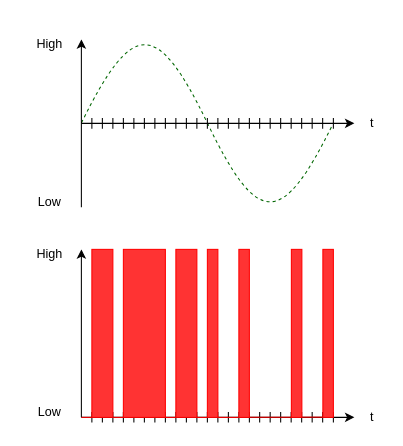
Above: Dokumentation/images/BAT_PDM.drawio in Froster2406/BAT2024 (draw.io), before the change. Source tidied: cells renumbered, new cells numbered last; positions are measured from the earlier drawing's top-left corner, leaving out a move shared by most shapes. Both pictures are drawn from the tidied source at 105%, with x=0, y=0 at pixel (18, 18).
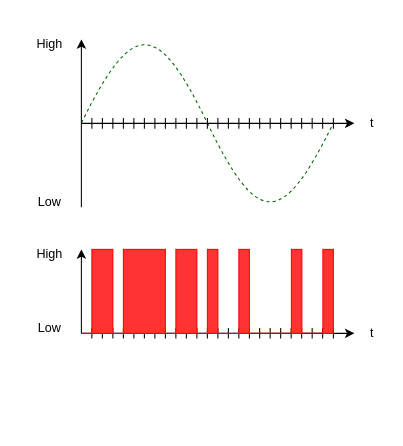
The same page after the edit.

The edit, as a diff of the source:
```diff
@@
     <mxCell id="32" style="endArrow=classic;html=1;rounded=0;" parent="1" edge="1">
       <mxGeometry relative="1" as="geometry">
-        <mxPoint x="60" y="380" as="sourcePoint" />
+        <mxPoint x="60" y="300" as="sourcePoint" />
         <mxPoint x="60" y="220" as="targetPoint" />
       </mxGeometry>
     </mxCell>
     <mxCell id="33" value="Low" style="text;html=1;strokeColor=none;fillColor=none;align=center;verticalAlign=middle;whiteSpace=wrap;rounded=0;" parent="1" vertex="1">
-      <mxGeometry y="360" width="60" height="30" as="geometry" />
+      <mxGeometry y="280" width="60" height="30" as="geometry" />
     </mxCell>
@@
     <mxCell id="35" style="endArrow=classic;html=1;rounded=0;fontSize=23;fontColor=#006600;" parent="1" edge="1">
       <mxGeometry relative="1" as="geometry">
-        <mxPoint x="60" y="380" as="sourcePoint" />
-        <mxPoint x="320" y="380" as="targetPoint" />
+        <mxPoint x="60" y="300" as="sourcePoint" />
+        <mxPoint x="320" y="300" as="targetPoint" />
       </mxGeometry>
     </mxCell>
     <mxCell id="36" style="endArrow=none;html=1;rounded=0;fontSize=23;fontColor=#006600;" parent="1" edge="1">
       <mxGeometry relative="1" as="geometry">
-        <mxPoint x="90" y="375" as="sourcePoint" />
-        <mxPoint x="90" y="385" as="targetPoint" />
+        <mxPoint x="90" y="295" as="sourcePoint" />
+        <mxPoint x="90" y="305" as="targetPoint" />
       </mxGeometry>
     </mxCell>
     <mxCell id="37" style="endArrow=none;html=1;rounded=0;fontSize=23;fontColor=#006600;" parent="1" edge="1">
       <mxGeometry relative="1" as="geometry">
-        <mxPoint x="80" y="375" as="sourcePoint" />
-        <mxPoint x="80" y="385" as="targetPoint" />
+        <mxPoint x="80" y="295" as="sourcePoint" />
+        <mxPoint x="80" y="305" as="targetPoint" />
       </mxGeometry>
     </mxCell>
     <mxCell id="38" style="endArrow=none;html=1;rounded=0;fontSize=23;fontColor=#006600;" parent="1" edge="1">
       <mxGeometry relative="1" as="geometry">
-        <mxPoint x="70" y="375" as="sourcePoint" />
-        <mxPoint x="70" y="385" as="targetPoint" />
+        <mxPoint x="70" y="295" as="sourcePoint" />
+        <mxPoint x="70" y="305" as="targetPoint" />
       </mxGeometry>
     </mxCell>
     <mxCell id="39" style="endArrow=none;html=1;rounded=0;fontSize=23;fontColor=#006600;" parent="1" edge="1">
       <mxGeometry relative="1" as="geometry">
-        <mxPoint x="100" y="375" as="sourcePoint" />
-        <mxPoint x="100" y="385" as="targetPoint" />
+        <mxPoint x="100" y="295" as="sourcePoint" />
+        <mxPoint x="100" y="305" as="targetPoint" />
       </mxGeometry>
     </mxCell>
     <mxCell id="40" style="endArrow=none;html=1;rounded=0;fontSize=23;fontColor=#006600;" parent="1" edge="1">
       <mxGeometry relative="1" as="geometry">
-        <mxPoint x="110" y="375" as="sourcePoint" />
-        <mxPoint x="110" y="385" as="targetPoint" />
+        <mxPoint x="110" y="295" as="sourcePoint" />
+        <mxPoint x="110" y="305" as="targetPoint" />
       </mxGeometry>
     </mxCell>
     <mxCell id="41" style="endArrow=none;html=1;rounded=0;fontSize=23;fontColor=#006600;" parent="1" edge="1">
       <mxGeometry relative="1" as="geometry">
-        <mxPoint x="120" y="375" as="sourcePoint" />
-        <mxPoint x="120" y="385" as="targetPoint" />
+        <mxPoint x="120" y="295" as="sourcePoint" />
+        <mxPoint x="120" y="305" as="targetPoint" />
       </mxGeometry>
     </mxCell>
     <mxCell id="42" style="endArrow=none;html=1;rounded=0;fontSize=23;fontColor=#006600;" parent="1" edge="1">
       <mxGeometry relative="1" as="geometry">
-        <mxPoint x="130" y="375" as="sourcePoint" />
-        <mxPoint x="130" y="385" as="targetPoint" />
+        <mxPoint x="130" y="295" as="sourcePoint" />
+        <mxPoint x="130" y="305" as="targetPoint" />
       </mxGeometry>
     </mxCell>
     <mxCell id="43" style="endArrow=none;html=1;rounded=0;fontSize=23;fontColor=#006600;" parent="1" edge="1">
       <mxGeometry relative="1" as="geometry">
-        <mxPoint x="140" y="375" as="sourcePoint" />
-        <mxPoint x="140" y="385" as="targetPoint" />
+        <mxPoint x="140" y="295" as="sourcePoint" />
+        <mxPoint x="140" y="305" as="targetPoint" />
       </mxGeometry>
     </mxCell>
     <mxCell id="44" style="endArrow=none;html=1;rounded=0;fontSize=23;fontColor=#006600;" parent="1" edge="1">
       <mxGeometry relative="1" as="geometry">
-        <mxPoint x="170" y="375" as="sourcePoint" />
-        <mxPoint x="170" y="385" as="targetPoint" />
+        <mxPoint x="170" y="295" as="sourcePoint" />
+        <mxPoint x="170" y="305" as="targetPoint" />
       </mxGeometry>
     </mxCell>
     <mxCell id="45" style="endArrow=none;html=1;rounded=0;fontSize=23;fontColor=#006600;" parent="1" edge="1">
       <mxGeometry relative="1" as="geometry">
-        <mxPoint x="160" y="375" as="sourcePoint" />
-        <mxPoint x="160" y="385" as="targetPoint" />
+        <mxPoint x="160" y="295" as="sourcePoint" />
+        <mxPoint x="160" y="305" as="targetPoint" />
       </mxGeometry>
     </mxCell>
     <mxCell id="46" style="endArrow=none;html=1;rounded=0;fontSize=23;fontColor=#006600;" parent="1" edge="1">
       <mxGeometry relative="1" as="geometry">
-        <mxPoint x="150" y="375" as="sourcePoint" />
-        <mxPoint x="150" y="385" as="targetPoint" />
+        <mxPoint x="150" y="295" as="sourcePoint" />
+        <mxPoint x="150" y="305" as="targetPoint" />
       </mxGeometry>
     </mxCell>
     <mxCell id="47" style="endArrow=none;html=1;rounded=0;fontSize=23;fontColor=#006600;" parent="1" edge="1">
       <mxGeometry relative="1" as="geometry">
-        <mxPoint x="180" y="375" as="sourcePoint" />
-        <mxPoint x="180" y="385" as="targetPoint" />
+        <mxPoint x="180" y="295" as="sourcePoint" />
+        <mxPoint x="180" y="305" as="targetPoint" />
       </mxGeometry>
     </mxCell>
     <mxCell id="48" style="endArrow=none;html=1;rounded=0;fontSize=23;fontColor=#006600;" parent="1" edge="1">
       <mxGeometry relative="1" as="geometry">
-        <mxPoint x="190" y="375" as="sourcePoint" />
-        <mxPoint x="190" y="385" as="targetPoint" />
+        <mxPoint x="190" y="295" as="sourcePoint" />
+        <mxPoint x="190" y="305" as="targetPoint" />
       </mxGeometry>
     </mxCell>
     <mxCell id="49" style="endArrow=none;html=1;rounded=0;fontSize=23;fontColor=#006600;" parent="1" edge="1">
       <mxGeometry relative="1" as="geometry">
-        <mxPoint x="200" y="375" as="sourcePoint" />
-        <mxPoint x="200" y="385" as="targetPoint" />
+        <mxPoint x="200" y="295" as="sourcePoint" />
+        <mxPoint x="200" y="305" as="targetPoint" />
       </mxGeometry>
     </mxCell>
     <mxCell id="50" style="endArrow=none;html=1;rounded=0;fontSize=23;fontColor=#006600;" parent="1" edge="1">
       <mxGeometry relative="1" as="geometry">
-        <mxPoint x="210" y="375" as="sourcePoint" />
-        <mxPoint x="210" y="385" as="targetPoint" />
+        <mxPoint x="210" y="295" as="sourcePoint" />
+        <mxPoint x="210" y="305" as="targetPoint" />
       </mxGeometry>
     </mxCell>
     <mxCell id="51" style="endArrow=none;html=1;rounded=0;fontSize=23;fontColor=#006600;" parent="1" edge="1">
       <mxGeometry relative="1" as="geometry">
-        <mxPoint x="220" y="375" as="sourcePoint" />
-        <mxPoint x="220" y="385" as="targetPoint" />
+        <mxPoint x="220" y="295" as="sourcePoint" />
+        <mxPoint x="220" y="305" as="targetPoint" />
       </mxGeometry>
     </mxCell>
     <mxCell id="52" style="endArrow=none;html=1;rounded=0;fontSize=23;fontColor=#006600;" parent="1" edge="1">
       <mxGeometry relative="1" as="geometry">
-        <mxPoint x="249.8" y="375" as="sourcePoint" />
-        <mxPoint x="249.8" y="385" as="targetPoint" />
+        <mxPoint x="249.8" y="295" as="sourcePoint" />
+        <mxPoint x="249.8" y="305" as="targetPoint" />
       </mxGeometry>
     </mxCell>
     <mxCell id="53" style="endArrow=none;html=1;rounded=0;fontSize=23;fontColor=#006600;" parent="1" edge="1">
       <mxGeometry relative="1" as="geometry">
-        <mxPoint x="239.8" y="375" as="sourcePoint" />
-        <mxPoint x="239.8" y="385" as="targetPoint" />
+        <mxPoint x="239.8" y="295" as="sourcePoint" />
+        <mxPoint x="239.8" y="305" as="targetPoint" />
       </mxGeometry>
     </mxCell>
     <mxCell id="54" style="endArrow=none;html=1;rounded=0;fontSize=23;fontColor=#006600;" parent="1" edge="1">
       <mxGeometry relative="1" as="geometry">
-        <mxPoint x="229.8" y="375" as="sourcePoint" />
-        <mxPoint x="229.8" y="385" as="targetPoint" />
+        <mxPoint x="229.8" y="295" as="sourcePoint" />
+        <mxPoint x="229.8" y="305" as="targetPoint" />
       </mxGeometry>
     </mxCell>
     <mxCell id="55" style="endArrow=none;html=1;rounded=0;fontSize=23;fontColor=#006600;" parent="1" edge="1">
       <mxGeometry relative="1" as="geometry">
-        <mxPoint x="259.8" y="375" as="sourcePoint" />
-        <mxPoint x="259.8" y="385" as="targetPoint" />
+        <mxPoint x="259.8" y="295" as="sourcePoint" />
+        <mxPoint x="259.8" y="305" as="targetPoint" />
       </mxGeometry>
     </mxCell>
     <mxCell id="56" style="endArrow=none;html=1;rounded=0;fontSize=23;fontColor=#006600;" parent="1" edge="1">
       <mxGeometry relative="1" as="geometry">
-        <mxPoint x="269.8" y="375" as="sourcePoint" />
-        <mxPoint x="269.8" y="385" as="targetPoint" />
+        <mxPoint x="269.8" y="295" as="sourcePoint" />
+        <mxPoint x="269.8" y="305" as="targetPoint" />
       </mxGeometry>
     </mxCell>
     <mxCell id="57" style="endArrow=none;html=1;rounded=0;fontSize=23;fontColor=#006600;" parent="1" edge="1">
       <mxGeometry relative="1" as="geometry">
-        <mxPoint x="279.8" y="375" as="sourcePoint" />
-        <mxPoint x="279.8" y="385" as="targetPoint" />
+        <mxPoint x="279.8" y="295" as="sourcePoint" />
+        <mxPoint x="279.8" y="305" as="targetPoint" />
       </mxGeometry>
     </mxCell>
     <mxCell id="58" style="endArrow=none;html=1;rounded=0;fontSize=23;fontColor=#006600;" parent="1" edge="1">
       <mxGeometry relative="1" as="geometry">
-        <mxPoint x="289.8" y="375" as="sourcePoint" />
-        <mxPoint x="289.8" y="385" as="targetPoint" />
+        <mxPoint x="289.8" y="295" as="sourcePoint" />
+        <mxPoint x="289.8" y="305" as="targetPoint" />
       </mxGeometry>
     </mxCell>
     <mxCell id="59" style="endArrow=none;html=1;rounded=0;fontSize=23;fontColor=#006600;" parent="1" edge="1">
       <mxGeometry relative="1" as="geometry">
-        <mxPoint x="300" y="375" as="sourcePoint" />
-        <mxPoint x="300" y="385" as="targetPoint" />
+        <mxPoint x="300" y="295" as="sourcePoint" />
+        <mxPoint x="300" y="305" as="targetPoint" />
       </mxGeometry>
     </mxCell>
     <mxCell id="60" style="endArrow=none;html=1;rounded=0;fontSize=23;fontColor=#006600;strokeColor=#FF0000;" parent="1" edge="1">
       <mxGeometry relative="1" as="geometry">
-        <mxPoint x="90" y="380" as="sourcePoint" />
-        <mxPoint x="100" y="380" as="targetPoint" />
+        <mxPoint x="90" y="300" as="sourcePoint" />
+        <mxPoint x="100" y="300" as="targetPoint" />
       </mxGeometry>
     </mxCell>
     <mxCell id="61" style="endArrow=none;html=1;rounded=0;fontSize=23;fontColor=#006600;strokeColor=#FF0000;" parent="1" edge="1">
       <mxGeometry relative="1" as="geometry">
-        <mxPoint x="60" y="380" as="sourcePoint" />
-        <mxPoint x="70" y="380" as="targetPoint" />
+        <mxPoint x="60" y="300" as="sourcePoint" />
+        <mxPoint x="70" y="300" as="targetPoint" />
       </mxGeometry>
     </mxCell>
     <mxCell id="62" style="endArrow=none;html=1;rounded=0;fontSize=23;fontColor=#006600;strokeColor=#FF0000;" parent="1" edge="1">
       <mxGeometry relative="1" as="geometry">
-        <mxPoint x="140" y="380" as="sourcePoint" />
-        <mxPoint x="150" y="380" as="targetPoint" />
+        <mxPoint x="140" y="300" as="sourcePoint" />
+        <mxPoint x="150" y="300" as="targetPoint" />
       </mxGeometry>
     </mxCell>
     <mxCell id="63" style="endArrow=none;html=1;rounded=0;fontSize=23;fontColor=#006600;strokeColor=#FF0000;" parent="1" edge="1">
       <mxGeometry relative="1" as="geometry">
-        <mxPoint x="170" y="380" as="sourcePoint" />
-        <mxPoint x="180" y="380" as="targetPoint" />
+        <mxPoint x="170" y="300" as="sourcePoint" />
+        <mxPoint x="180" y="300" as="targetPoint" />
       </mxGeometry>
     </mxCell>
     <mxCell id="64" value="t" style="text;html=1;strokeColor=none;fillColor=none;align=center;verticalAlign=middle;whiteSpace=wrap;rounded=0;" parent="1" vertex="1">
-      <mxGeometry x="324" y="370" width="26" height="20" as="geometry" />
+      <mxGeometry x="324" y="290" width="26" height="20" as="geometry" />
     </mxCell>
     <mxCell id="65" style="endArrow=none;html=1;rounded=0;fontSize=23;fontColor=#006600;strokeColor=#FF0000;" parent="1" edge="1">
       <mxGeometry relative="1" as="geometry">
-        <mxPoint x="220" y="379.8" as="sourcePoint" />
-        <mxPoint x="260" y="379.8" as="targetPoint" />
+        <mxPoint x="220" y="299.8" as="sourcePoint" />
+        <mxPoint x="260" y="299.8" as="targetPoint" />
       </mxGeometry>
     </mxCell>
     <mxCell id="66" style="endArrow=none;html=1;rounded=0;fontSize=23;fontColor=#006600;strokeColor=#FF0000;" parent="1" edge="1">
       <mxGeometry relative="1" as="geometry">
-        <mxPoint x="190" y="380" as="sourcePoint" />
-        <mxPoint x="210" y="380" as="targetPoint" />
+        <mxPoint x="190" y="300" as="sourcePoint" />
+        <mxPoint x="210" y="300" as="targetPoint" />
       </mxGeometry>
     </mxCell>
     <mxCell id="67" style="endArrow=none;html=1;rounded=0;fontSize=23;fontColor=#006600;strokeColor=#FF0000;" parent="1" edge="1">
       <mxGeometry relative="1" as="geometry">
-        <mxPoint x="270" y="379.8" as="sourcePoint" />
-        <mxPoint x="290" y="379.8" as="targetPoint" />
+        <mxPoint x="270" y="299.8" as="sourcePoint" />
+        <mxPoint x="290" y="299.8" as="targetPoint" />
       </mxGeometry>
     </mxCell>
     <mxCell id="68" style="rounded=0;whiteSpace=wrap;html=1;strokeColor=#FF0000;fillColor=#FF3333;" parent="1" vertex="1">
-      <mxGeometry x="100" y="220" width="40" height="160" as="geometry" />
+      <mxGeometry x="100" y="220" width="40" height="80" as="geometry" />
     </mxCell>
     <mxCell id="69" style="rounded=0;whiteSpace=wrap;html=1;strokeColor=#FF0000;fillColor=#FF3333;" parent="1" vertex="1">
-      <mxGeometry x="70" y="220" width="20" height="160" as="geometry" />
+      <mxGeometry x="70" y="220" width="20" height="80" as="geometry" />
     </mxCell>
     <mxCell id="70" style="rounded=0;whiteSpace=wrap;html=1;strokeColor=#FF0000;fillColor=#FF3333;" parent="1" vertex="1">
-      <mxGeometry x="150" y="220" width="20" height="160" as="geometry" />
+      <mxGeometry x="150" y="220" width="20" height="80" as="geometry" />
     </mxCell>
     <mxCell id="71" style="rounded=0;whiteSpace=wrap;html=1;strokeColor=#FF0000;fillColor=#FF3333;" parent="1" vertex="1">
-      <mxGeometry x="180" y="220" width="10" height="160" as="geometry" />
+      <mxGeometry x="180" y="220" width="10" height="80" as="geometry" />
     </mxCell>
     <mxCell id="72" style="rounded=0;whiteSpace=wrap;html=1;strokeColor=#FF0000;fillColor=#FF3333;" parent="1" vertex="1">
-      <mxGeometry x="210" y="220" width="10" height="160" as="geometry" />
+      <mxGeometry x="210" y="220" width="10" height="80" as="geometry" />
     </mxCell>
     <mxCell id="73" style="rounded=0;whiteSpace=wrap;html=1;strokeColor=#FF0000;fillColor=#FF3333;" parent="1" vertex="1">
-      <mxGeometry x="260" y="220" width="10" height="160" as="geometry" />
+      <mxGeometry x="260" y="220" width="10" height="80" as="geometry" />
     </mxCell>
     <mxCell id="74" style="rounded=0;whiteSpace=wrap;html=1;strokeColor=#FF0000;fillColor=#FF3333;" parent="1" vertex="1">
-      <mxGeometry x="290" y="220" width="10" height="160" as="geometry" />
+      <mxGeometry x="290" y="220" width="10" height="80" as="geometry" />
     </mxCell>
+    <mxCell id="75" style="rounded=0;whiteSpace=wrap;html=1;strokeColor=none;fillColor=none;" parent="1" vertex="1">
+      <mxGeometry x="60" y="310" width="290" height="20" as="geometry" />
+    </mxCell>
```
